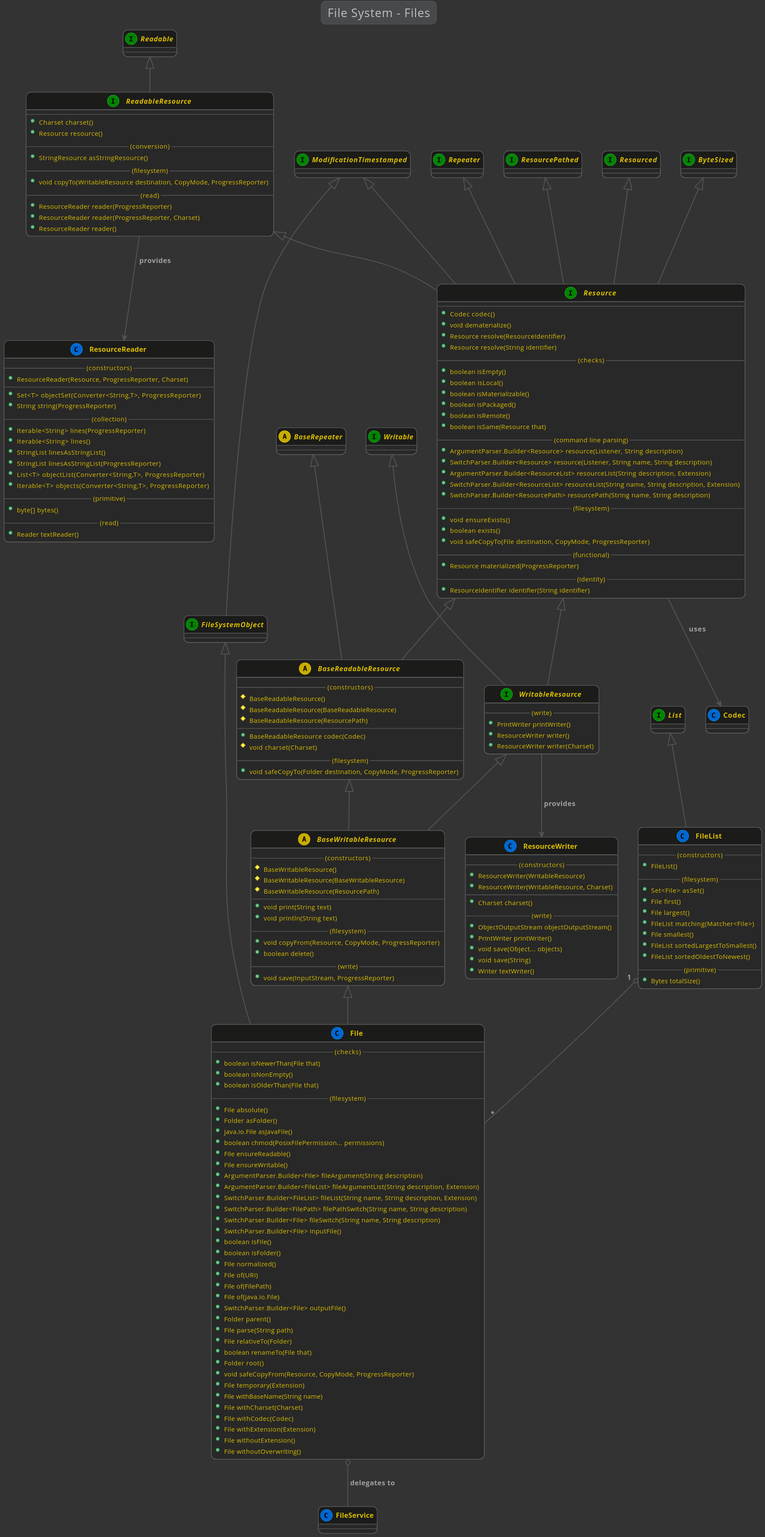
Earlier version of the PlantUML export kivakit-core/resource/documentation/diagrams/diagram-file-system-file.svg (Telenav/kivakit).
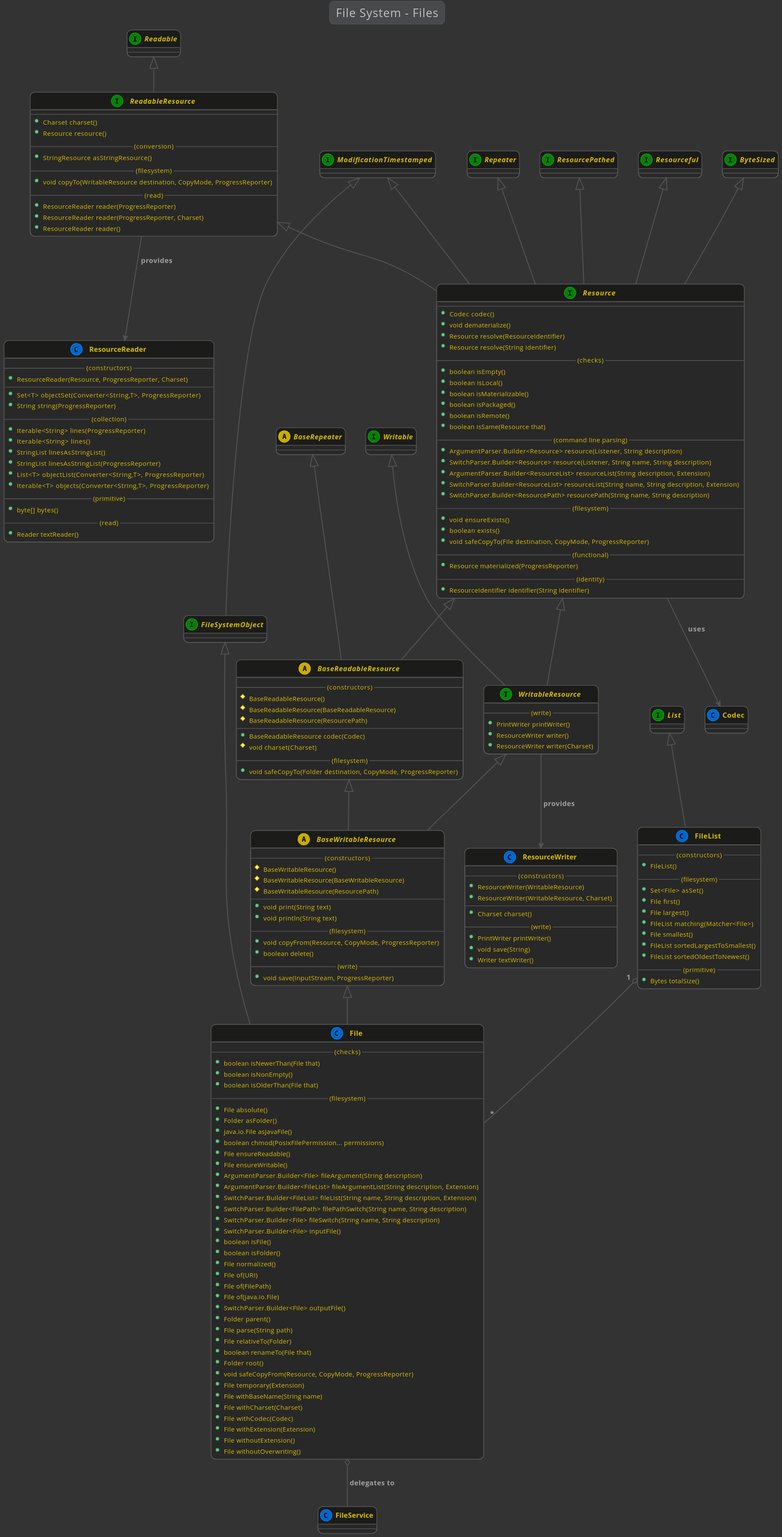
After the change.

Diff of the diagram source:
```diff
@@ -137,13 +137,13 @@
     interface ReadableResource
     interface Repeater
     interface ResourcePathed
-    interface Resourced
+    interface Resourceful
     ResourcePathed <|-- Resource
     ModificationTimestamped <|-- Resource
     ByteSized <|-- Resource
     ReadableResource <|-- Resource
     Repeater <|-- Resource
-    Resourced <|-- Resource
+    Resourceful <|-- Resource
     Resource --> Codec : "uses"
     interface Resource
     {
@@ -203,9 +203,7 @@
         --
         +Charset charset()
         --(write)--
-        +ObjectOutputStream objectOutputStream()
         +PrintWriter printWriter()
-        +void save(Object... objects)
         +void save(String)
         +Writer textWriter()
     }
```
